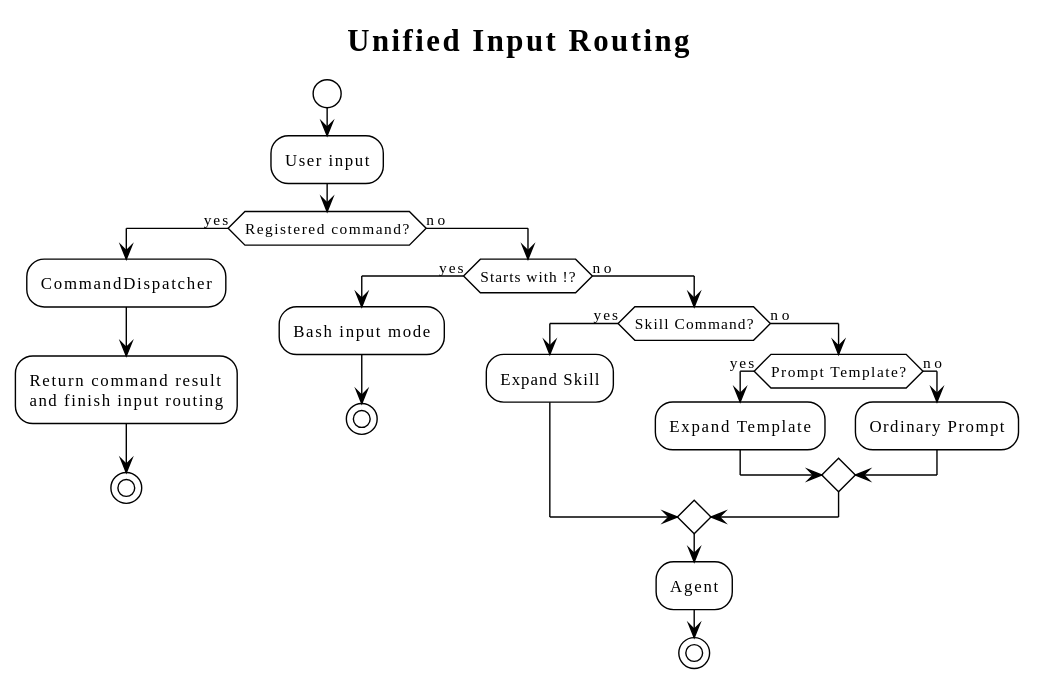
Above: diagrams/command/06-input-routing.svg in superheromeZzh/pi-mono-java-design (PlantUML), before the change. The source it was exported from:
```plantuml
@startuml
!theme plain
!pragma layout smetana
skinparam defaultFontName "SansSerif"
skinparam shadowing false
skinparam backgroundColor transparent
title Unified Input Routing

start
:User input;
if (Registered command?) then (yes)
  :CommandDispatcher;
  :Return command result\nand finish input routing;
  stop
else (no)
  if (Starts with !?) then (yes)
    :Bash input mode;
    stop
  else (no)
    if (Skill Command?) then (yes)
      :Expand Skill;
    else (no)
      if (Prompt Template?) then (yes)
        :Expand Template;
      else (no)
        :Ordinary Prompt;
      endif
    endif
    :Agent;
    stop
  endif
endif
@enduml
```
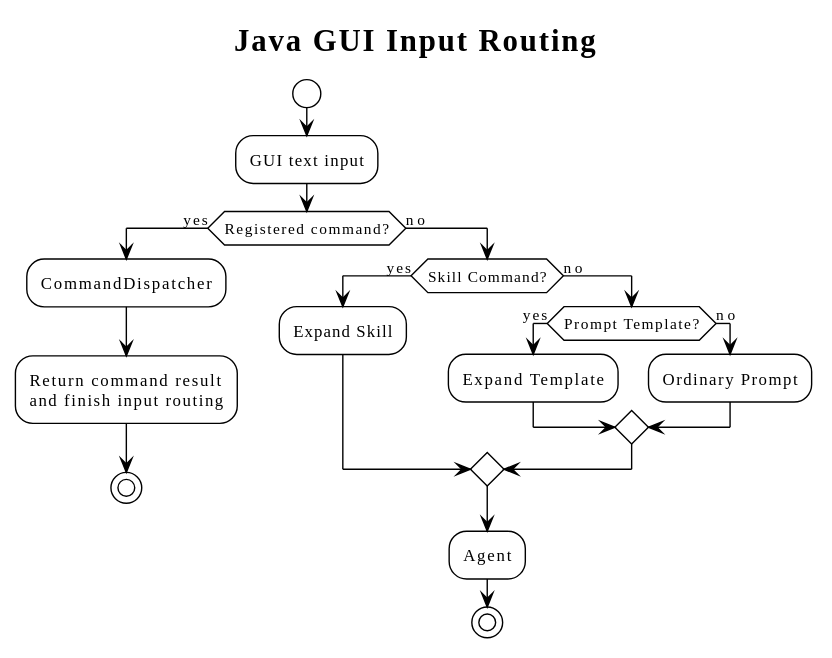
Later version of the same file.

Diff of the diagram source:
```diff
@@ -4,30 +4,25 @@
 skinparam defaultFontName "SansSerif"
 skinparam shadowing false
 skinparam backgroundColor transparent
-title Unified Input Routing
+title Java GUI Input Routing
 
 start
-:User input;
+:GUI text input;
 if (Registered command?) then (yes)
   :CommandDispatcher;
   :Return command result\nand finish input routing;
   stop
 else (no)
-  if (Starts with !?) then (yes)
-    :Bash input mode;
-    stop
+  if (Skill Command?) then (yes)
+    :Expand Skill;
   else (no)
-    if (Skill Command?) then (yes)
-      :Expand Skill;
+    if (Prompt Template?) then (yes)
+      :Expand Template;
     else (no)
-      if (Prompt Template?) then (yes)
-        :Expand Template;
-      else (no)
-        :Ordinary Prompt;
-      endif
+      :Ordinary Prompt;
     endif
-    :Agent;
-    stop
   endif
+  :Agent;
+  stop
 endif
 @enduml
```
